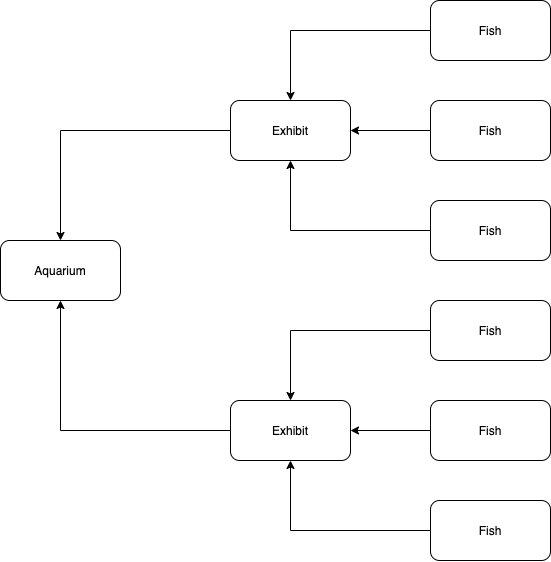
This is has_many_through_diagram.drawio.png from weasel-fish/twitter_many_to_many, a draw.io export, as it was before one commit. Source tidied: cells renumbered, new cells last; positions are measured from the earlier drawing's top-left corner, leaving out a move shared by most shapes.
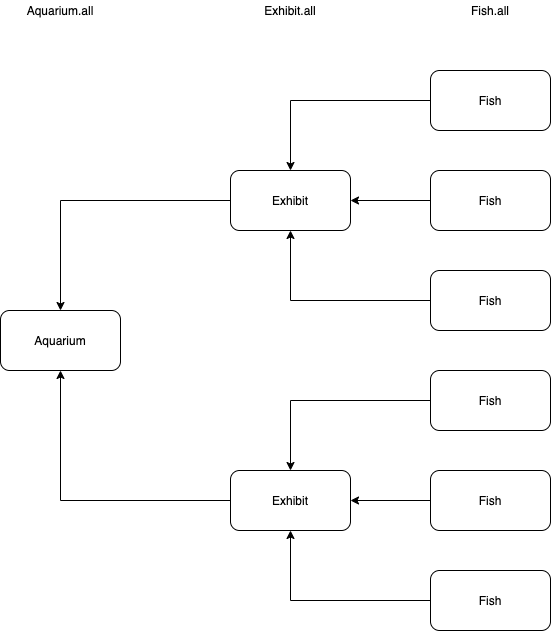
After the change.

Diff of the diagram source:
```diff
@@ -53,5 +53,14 @@
     <mxCell id="18" value="Aquarium" style="rounded=1;whiteSpace=wrap;html=1;" parent="1" vertex="1">
       <mxGeometry y="240" width="120" height="60" as="geometry" />
     </mxCell>
+    <mxCell id="19" value="Fish.all&lt;br&gt;" style="text;html=1;strokeColor=none;fillColor=none;align=center;verticalAlign=middle;whiteSpace=wrap;rounded=0;" parent="1" vertex="1">
+      <mxGeometry x="470" y="-70" width="40" height="20" as="geometry" />
+    </mxCell>
+    <mxCell id="20" value="Exhibit.all" style="text;html=1;strokeColor=none;fillColor=none;align=center;verticalAlign=middle;whiteSpace=wrap;rounded=0;" parent="1" vertex="1">
+      <mxGeometry x="270" y="-70" width="40" height="20" as="geometry" />
+    </mxCell>
+    <mxCell id="21" value="Aquarium.all" style="text;html=1;strokeColor=none;fillColor=none;align=center;verticalAlign=middle;whiteSpace=wrap;rounded=0;" parent="1" vertex="1">
+      <mxGeometry x="40" y="-70" width="40" height="20" as="geometry" />
+    </mxCell>
   </root>
 </mxGraphModel>
```
